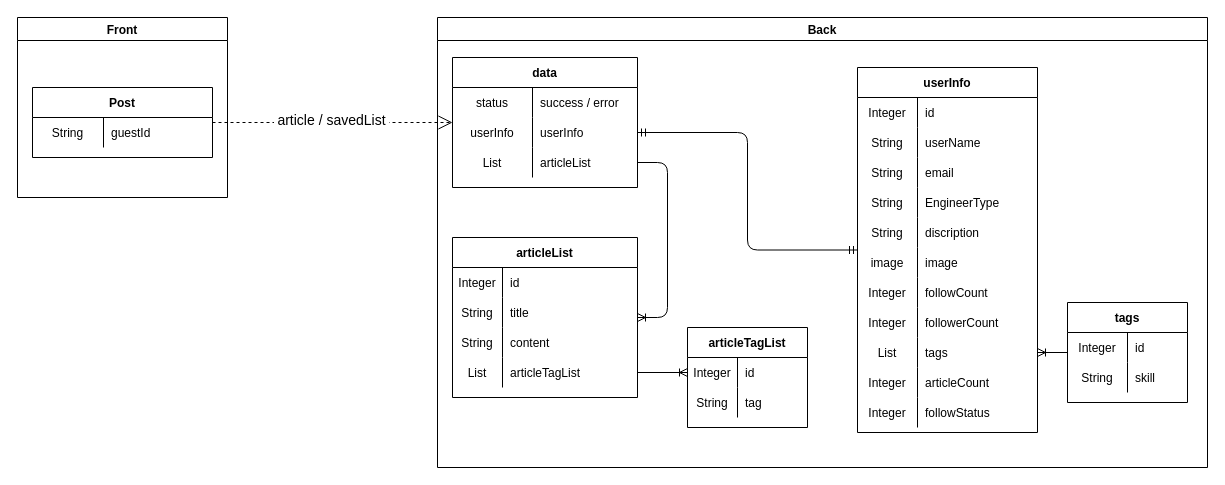
Before: page "[表示]保存記事一覧" (6 of 22) of Designs/基本設計.drawio in yusuke-rakus/Qiish, a draw.io diagram. Source tidied: cells renumbered, new cells numbered last; positions are measured from the earlier drawing's top-left corner, leaving out a move shared by most shapes. Both pictures are drawn from the tidied source at 100%, with x=0, y=0 at pixel (17, 17).
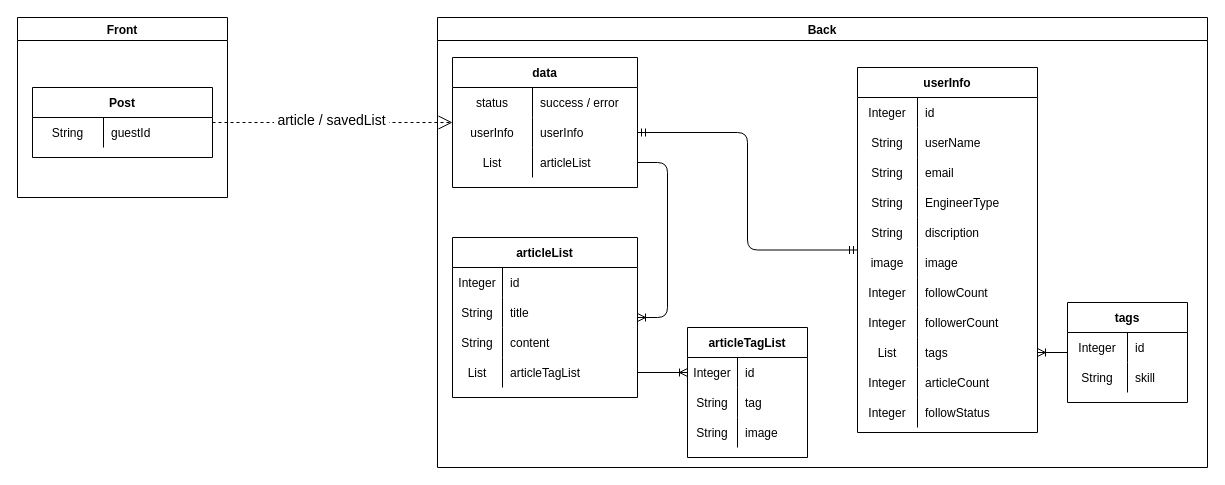
The same diagram, later.

Unchanged cells that the change refers to:
```xml
<mxCell id="2" value="Back" style="swimlane;" parent="1" vertex="1">
  <mxGeometry x="420" width="770" height="450" as="geometry" />
</mxCell>
```

What changed in the source:
```diff
@@
     <mxCell id="26" value="articleTagList" style="shape=table;startSize=30;childLayout=tableLayout;rowLines=0;fontStyle=1;align=center;" parent="2" vertex="1">
-      <mxGeometry x="250" y="310" width="120" height="100" as="geometry" />
+      <mxGeometry x="250" y="310" width="120" height="130" as="geometry" />
     </mxCell>
@@
+    <mxCell id="85" style="shape=partialRectangle;fillColor=none;top=0;left=0;bottom=0;right=0;" parent="26" vertex="1">
+      <mxGeometry y="90" width="120" height="30" as="geometry" />
+    </mxCell>
+    <mxCell id="86" value="String" style="shape=partialRectangle;fillColor=none;top=0;left=0;bottom=0;right=0;overflow=hidden;" parent="85" vertex="1">
+      <mxGeometry width="50" height="30" as="geometry" />
+    </mxCell>
+    <mxCell id="87" value="image" style="shape=partialRectangle;fillColor=none;top=0;left=0;bottom=0;right=0;align=left;spacingLeft=6;overflow=hidden;" parent="85" vertex="1">
+      <mxGeometry x="50" width="70" height="30" as="geometry" />
+    </mxCell>
```
